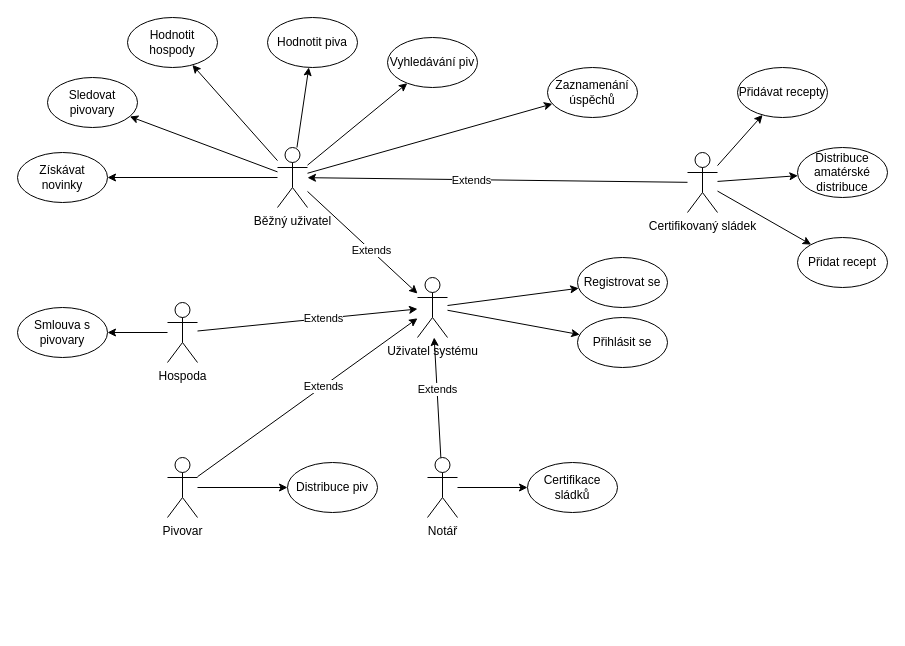
The draw.io diagram IUS/IUS_projekt/UseCase.drawio in dan1235689/Diagrams, before the edit. Source tidied: cells renumbered, new cells numbered last; positions are measured from the earlier drawing's top-left corner, leaving out a move shared by most shapes. Both pictures are drawn from the tidied source at 100%, with x=0, y=0 at pixel (17, 17).
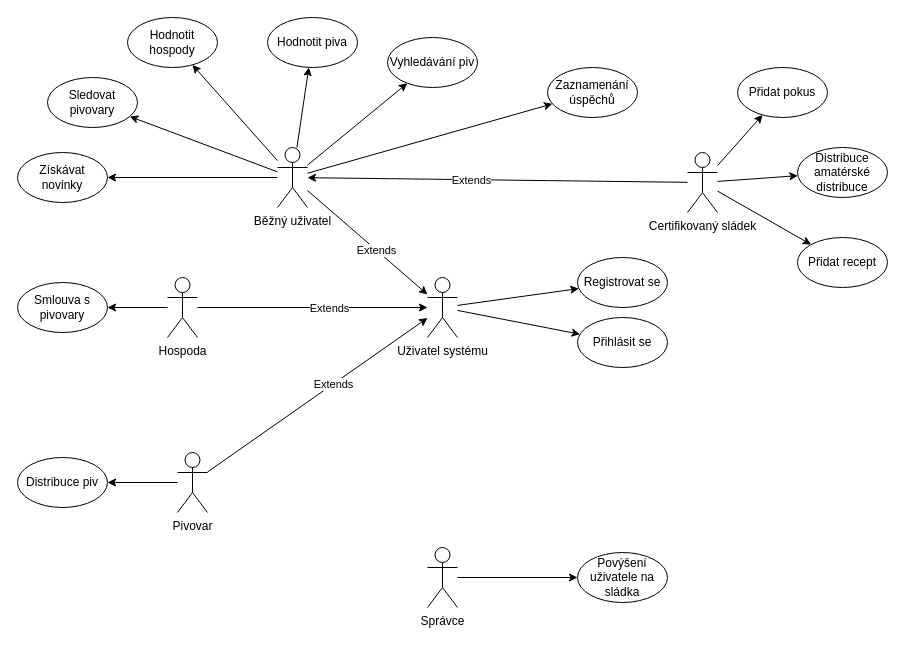
The same diagram, later.

The edit, as a diff of the source:
```diff
@@
-    <mxCell id="14" value="Přidávat recepty" style="ellipse;whiteSpace=wrap;html=1;" parent="1" vertex="1">
+    <mxCell id="14" value="Přidat pokus" style="ellipse;whiteSpace=wrap;html=1;" parent="1" vertex="1">
       <mxGeometry x="720" y="50" width="90" height="50" as="geometry" />
     </mxCell>
-    <mxCell id="15" value="Certifikace sládků" style="ellipse;whiteSpace=wrap;html=1;" parent="1" vertex="1">
-      <mxGeometry x="510" y="445" width="90" height="50" as="geometry" />
-    </mxCell>
@@
     <mxCell id="17" value="Distribuce piv" style="ellipse;whiteSpace=wrap;html=1;" parent="1" vertex="1">
-      <mxGeometry x="270" y="445" width="90" height="50" as="geometry" />
+      <mxGeometry y="440" width="90" height="50" as="geometry" />
     </mxCell>
     <mxCell id="18" value="Smlouva s pivovary" style="ellipse;whiteSpace=wrap;html=1;" parent="1" vertex="1">
-      <mxGeometry y="290" width="90" height="50" as="geometry" />
+      <mxGeometry y="265" width="90" height="50" as="geometry" />
     </mxCell>
@@
     <mxCell id="26" value="Hospoda" style="shape=umlActor;verticalLabelPosition=bottom;verticalAlign=top;html=1;outlineConnect=0;" parent="1" vertex="1">
-      <mxGeometry x="150" y="285" width="30" height="60" as="geometry" />
+      <mxGeometry x="150" y="260" width="30" height="60" as="geometry" />
     </mxCell>
@@
-    <mxCell id="28" style="edgeStyle=none;html=1;" parent="1" edge="1" source="32" target="15">
-      <mxGeometry relative="1" as="geometry" />
-    </mxCell>
     <mxCell id="29" value="Pivovar" style="shape=umlActor;verticalLabelPosition=bottom;verticalAlign=top;html=1;outlineConnect=0;" parent="1" vertex="1">
-      <mxGeometry x="150" y="440" width="30" height="60" as="geometry" />
+      <mxGeometry x="160" y="435" width="30" height="60" as="geometry" />
     </mxCell>
@@
-    <mxCell id="32" value="Notář" style="shape=umlActor;verticalLabelPosition=bottom;verticalAlign=top;html=1;outlineConnect=0;" parent="1" vertex="1">
-      <mxGeometry x="410" y="440" width="30" height="60" as="geometry" />
-    </mxCell>
@@
     <mxCell id="35" value="Uživatel systému" style="shape=umlActor;verticalLabelPosition=bottom;verticalAlign=top;html=1;" parent="1" vertex="1">
-      <mxGeometry x="400" y="260" width="30" height="60" as="geometry" />
+      <mxGeometry x="410" y="260" width="30" height="60" as="geometry" />
     </mxCell>
@@
-    <mxCell id="42" style="edgeStyle=none;html=1;" parent="1" edge="1" source="32" target="35">
-      <mxGeometry relative="1" as="geometry" />
-    </mxCell>
-    <mxCell id="43" value="Extends" style="edgeLabel;html=1;align=center;verticalAlign=middle;" parent="42" vertex="1">
-      <mxGeometry x="0.14" relative="1" as="geometry" />
-    </mxCell>
@@
+    <mxCell id="46" style="edgeStyle=none;html=1;" parent="1" edge="1" source="47" target="48">
+      <mxGeometry relative="1" as="geometry" />
+    </mxCell>
+    <mxCell id="47" value="Správce" style="shape=umlActor;verticalLabelPosition=bottom;verticalAlign=top;html=1;outlineConnect=0;" parent="1" vertex="1">
+      <mxGeometry x="410" y="530" width="30" height="60" as="geometry" />
+    </mxCell>
+    <mxCell id="48" value="Povýšení uživatele na sládka" style="ellipse;whiteSpace=wrap;html=1;" parent="1" vertex="1">
+      <mxGeometry x="560" y="535" width="90" height="50" as="geometry" />
+    </mxCell>
```
